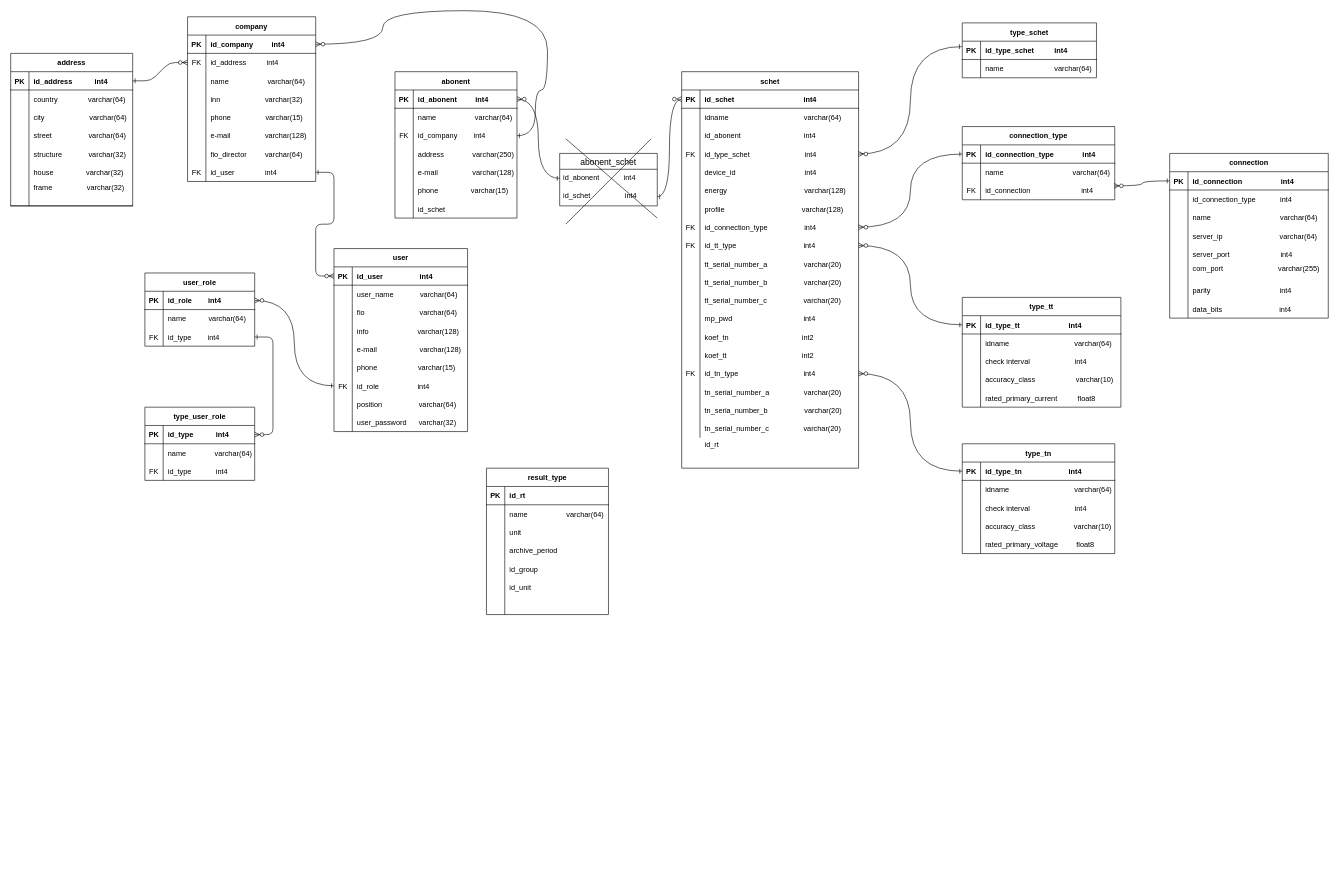
Earlier version of the draw.io diagram Диаграмма без названия.drawio (Leonid-Shashkin/Postgres). Source tidied: cells renumbered, new cells numbered last; positions are measured from the earlier drawing's top-left corner, leaving out a move shared by most shapes. Both pictures are drawn from the tidied source at 61%, with x=0, y=0 at pixel (10, 10).
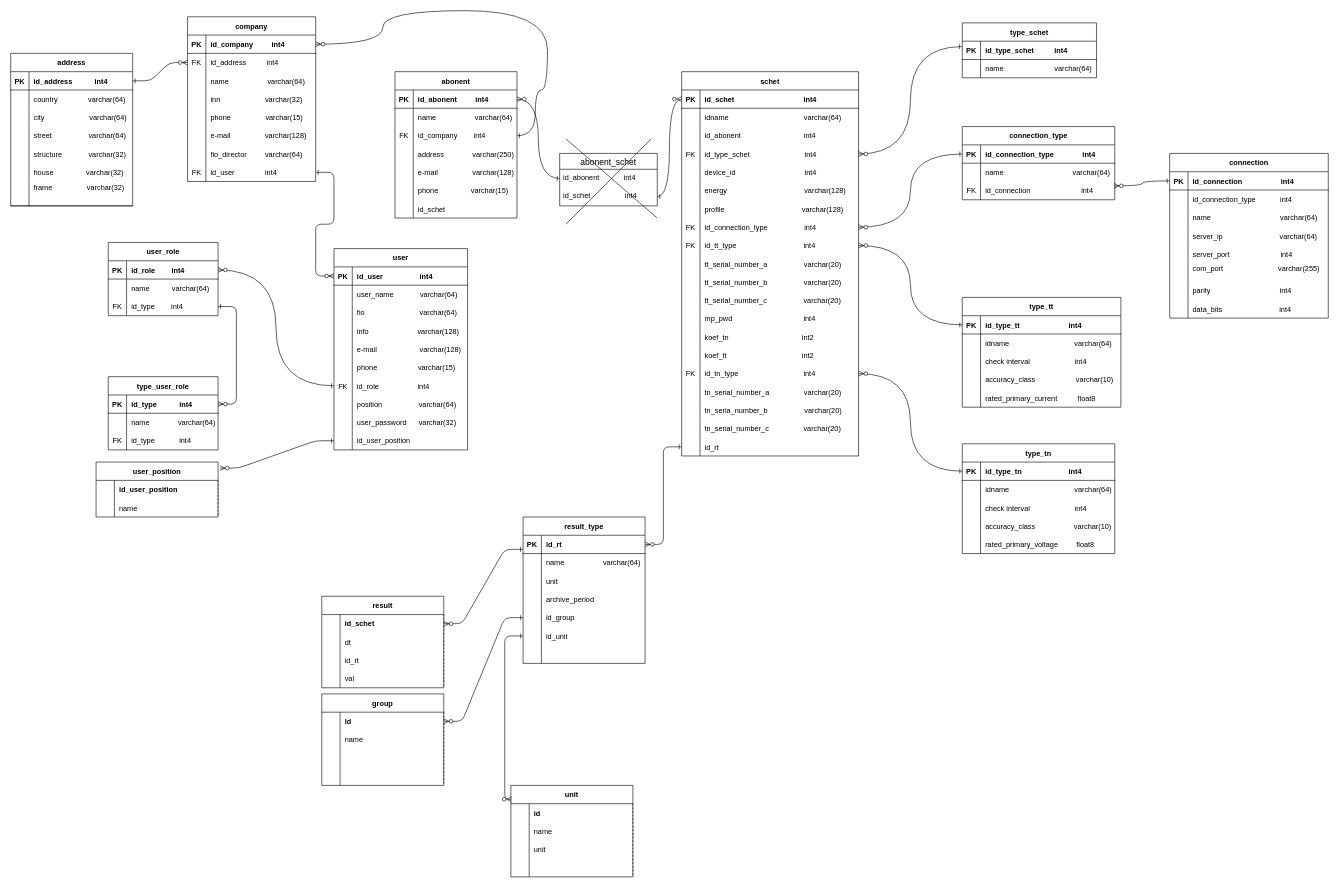
The same page after the edit.

Unchanged cells that the change refers to:
```xml
<mxCell id="272" style="shape=partialRectangle;fillColor=none;points=[[0,0.5],[1,0.5]];portConstraint=eastwest;top=0;left=0;right=0;bottom=1;" parent="271" vertex="1">
  <mxGeometry y="30" width="200" height="30" as="geometry" />
</mxCell>
<mxCell id="284" style="shape=partialRectangle;fillColor=none;points=[[0,0.5],[1,0.5]];portConstraint=eastwest;top=0;left=0;right=0;bottom=0;" parent="271" vertex="1">
  <mxGeometry y="150" width="200" height="30" as="geometry" />
</mxCell>
<mxCell id="287" style="shape=partialRectangle;fillColor=none;points=[[0,0.5],[1,0.5]];portConstraint=eastwest;top=0;left=0;right=0;bottom=0;" parent="271" vertex="1">
  <mxGeometry y="180" width="200" height="30" as="geometry" />
</mxCell>
```

What changed in the source:
```diff
@@
     <mxCell id="29" value="user" style="shape=table;startSize=30;childLayout=tableLayout;rowLines=0;fontStyle=1;align=center;" parent="1" vertex="1">
-      <mxGeometry x="530" y="390" width="219" height="300" as="geometry" />
+      <mxGeometry x="530" y="390" width="219" height="330" as="geometry" />
     </mxCell>
@@
+    <mxCell id="294" style="shape=partialRectangle;fillColor=none;points=[[0,0.5],[1,0.5]];portConstraint=eastwest;top=0;left=0;right=0;bottom=0;" parent="29" vertex="1">
+      <mxGeometry y="300" width="219" height="30" as="geometry" />
+    </mxCell>
+    <mxCell id="295" style="shape=partialRectangle;overflow=hidden;fillColor=none;top=0;left=0;bottom=0;right=0;" parent="294" vertex="1">
+      <mxGeometry width="30" height="30" as="geometry" />
+    </mxCell>
+    <mxCell id="296" value="id_user_position" style="shape=partialRectangle;overflow=hidden;fillColor=none;top=0;left=0;bottom=0;right=0;align=left;spacingLeft=6;" parent="294" vertex="1">
+      <mxGeometry x="30" width="189" height="30" as="geometry" />
+    </mxCell>
@@
     <mxCell id="104" value="schet" style="shape=table;startSize=30;childLayout=tableLayout;rowLines=0;fontStyle=1;align=center;" parent="1" vertex="1">
-      <mxGeometry x="1100" y="100" width="290" height="650" as="geometry" />
+      <mxGeometry x="1100" y="100" width="290" height="630" as="geometry" />
     </mxCell>
@@
+    <mxCell id="297" style="shape=partialRectangle;fillColor=none;points=[[0,0.5],[1,0.5]];portConstraint=eastwest;top=0;left=0;right=0;bottom=0;" parent="104" vertex="1">
+      <mxGeometry y="600" width="290" height="30" as="geometry" />
+    </mxCell>
+    <mxCell id="298" style="shape=partialRectangle;overflow=hidden;fillColor=none;top=0;left=0;bottom=0;right=0;" parent="297" vertex="1">
+      <mxGeometry width="30" height="30" as="geometry" />
+    </mxCell>
+    <mxCell id="299" value="id_rt" style="shape=partialRectangle;overflow=hidden;fillColor=none;top=0;left=0;bottom=0;right=0;align=left;spacingLeft=6;" parent="297" vertex="1">
+      <mxGeometry x="30" width="260" height="30" as="geometry" />
+    </mxCell>
@@
     <mxCell id="244" value="user_role" style="shape=table;startSize=30;childLayout=tableLayout;rowLines=0;fontStyle=1;align=center;" parent="1" vertex="1">
-      <mxGeometry x="220" y="430" width="180" height="120" as="geometry" />
+      <mxGeometry x="160" y="380" width="180" height="120" as="geometry" />
     </mxCell>
@@
     <mxCell id="254" value="type_user_role" style="shape=table;startSize=30;childLayout=tableLayout;rowLines=0;fontStyle=1;align=center;" parent="1" vertex="1">
-      <mxGeometry x="220" y="650" width="180" height="120" as="geometry" />
+      <mxGeometry x="160" y="600" width="180" height="120" as="geometry" />
     </mxCell>
@@
     <mxCell id="271" value="result_type" style="shape=table;startSize=30;childLayout=tableLayout;rowLines=0;fontStyle=1;align=center;" parent="1" vertex="1">
-      <mxGeometry x="780" y="750" width="200" height="240" as="geometry" />
+      <mxGeometry x="840" y="830" width="200" height="240" as="geometry" />
     </mxCell>
@@
-    <mxCell id="293" value="id_rt" style="shape=partialRectangle;overflow=hidden;fillColor=none;top=0;left=0;bottom=0;right=0;align=left;spacingLeft=6;" parent="1" vertex="1">
-      <mxGeometry x="1130" y="695" width="260" height="30" as="geometry" />
-    </mxCell>
+    <mxCell id="300" value="result" style="shape=table;startSize=30;childLayout=tableLayout;rowLines=0;fontStyle=1;align=center;strokeColor=default;columnLines=1;resizeLastRow=0;absoluteArcSize=0;swimlaneHead=1;swimlaneBody=1;horizontal=1;separatorColor=#000000;top=1;bottom=1;left=1;right=1;noLabel=0;fixDash=0;" parent="1" vertex="1">
+      <mxGeometry x="510" y="960" width="200" height="150" as="geometry" />
+    </mxCell>
+    <mxCell id="301" style="shape=partialRectangle;fillColor=none;points=[[0,0.5],[1,0.5]];portConstraint=eastwest;top=0;left=0;right=0;bottom=0;" parent="300" vertex="1">
+      <mxGeometry y="30" width="200" height="30" as="geometry" />
+    </mxCell>
+    <mxCell id="302" style="shape=partialRectangle;overflow=hidden;fillColor=none;top=0;left=0;bottom=0;right=0;fontStyle=1;" parent="301" vertex="1">
+      <mxGeometry width="30" height="30" as="geometry" />
+    </mxCell>
+    <mxCell id="303" value="id_schet" style="shape=partialRectangle;overflow=hidden;fillColor=none;top=0;left=0;bottom=0;right=0;align=left;spacingLeft=6;fontStyle=1;strokeColor=default;" parent="301" vertex="1">
+      <mxGeometry x="30" width="170" height="30" as="geometry" />
+    </mxCell>
+    <mxCell id="304" style="shape=partialRectangle;fillColor=none;top=0;left=0;right=0;bottom=0;" parent="300" vertex="1">
+      <mxGeometry y="60" width="200" height="30" as="geometry" />
+    </mxCell>
+    <mxCell id="305" style="shape=partialRectangle;overflow=hidden;fillColor=none;top=0;left=0;bottom=0;right=0;" parent="304" vertex="1">
+      <mxGeometry width="30" height="30" as="geometry" />
+    </mxCell>
+    <mxCell id="306" value="dt" style="shape=partialRectangle;overflow=hidden;fillColor=none;top=0;left=0;bottom=0;right=0;align=left;spacingLeft=6;" parent="304" vertex="1">
+      <mxGeometry x="30" width="170" height="30" as="geometry" />
+    </mxCell>
+    <mxCell id="307" style="shape=partialRectangle;fillColor=none;top=0;left=0;right=0;bottom=0;" parent="300" vertex="1">
+      <mxGeometry y="90" width="200" height="30" as="geometry" />
+    </mxCell>
+    <mxCell id="308" style="shape=partialRectangle;overflow=hidden;fillColor=none;top=0;left=0;bottom=0;right=0;" parent="307" vertex="1">
+      <mxGeometry width="30" height="30" as="geometry" />
+    </mxCell>
+    <mxCell id="309" value="id_rt" style="shape=partialRectangle;overflow=hidden;fillColor=none;top=0;left=0;bottom=0;right=0;align=left;spacingLeft=6;" parent="307" vertex="1">
+      <mxGeometry x="30" width="170" height="30" as="geometry" />
+    </mxCell>
+    <mxCell id="310" style="shape=partialRectangle;fillColor=none;top=0;left=0;right=0;bottom=0;" parent="300" vertex="1">
+      <mxGeometry y="120" width="200" height="30" as="geometry" />
+    </mxCell>
+    <mxCell id="311" style="shape=partialRectangle;overflow=hidden;fillColor=none;top=0;left=0;bottom=0;right=0;" parent="310" vertex="1">
+      <mxGeometry width="30" height="30" as="geometry" />
+    </mxCell>
+    <mxCell id="312" value="val" style="shape=partialRectangle;overflow=hidden;fillColor=none;top=0;left=0;bottom=0;right=0;align=left;spacingLeft=6;" parent="310" vertex="1">
+      <mxGeometry x="30" width="170" height="30" as="geometry" />
+    </mxCell>
+    <mxCell id="313" value="group" style="shape=table;startSize=30;childLayout=tableLayout;rowLines=0;fontStyle=1;align=center;strokeColor=default;columnLines=1;resizeLastRow=0;absoluteArcSize=0;swimlaneHead=1;swimlaneBody=1;horizontal=1;separatorColor=#000000;top=1;bottom=1;left=1;right=1;noLabel=0;fixDash=0;" parent="1" vertex="1">
+      <mxGeometry x="510" y="1120" width="200" height="150" as="geometry" />
+    </mxCell>
+    <mxCell id="314" style="shape=partialRectangle;fillColor=none;points=[[0,0.5],[1,0.5]];portConstraint=eastwest;top=0;left=0;right=0;bottom=0;" parent="313" vertex="1">
+      <mxGeometry y="30" width="200" height="30" as="geometry" />
+    </mxCell>
+    <mxCell id="315" style="shape=partialRectangle;overflow=hidden;fillColor=none;top=0;left=0;bottom=0;right=0;fontStyle=1;" parent="314" vertex="1">
+      <mxGeometry width="30" height="30" as="geometry" />
+    </mxCell>
+    <mxCell id="316" value="id" style="shape=partialRectangle;overflow=hidden;fillColor=none;top=0;left=0;bottom=0;right=0;align=left;spacingLeft=6;fontStyle=1;strokeColor=default;" parent="314" vertex="1">
+      <mxGeometry x="30" width="170" height="30" as="geometry" />
+    </mxCell>
+    <mxCell id="317" style="shape=partialRectangle;fillColor=none;top=0;left=0;right=0;bottom=0;" parent="313" vertex="1">
+      <mxGeometry y="60" width="200" height="30" as="geometry" />
+    </mxCell>
+    <mxCell id="318" style="shape=partialRectangle;overflow=hidden;fillColor=none;top=0;left=0;bottom=0;right=0;" parent="317" vertex="1">
+      <mxGeometry width="30" height="30" as="geometry" />
+    </mxCell>
+    <mxCell id="319" value="name" style="shape=partialRectangle;overflow=hidden;fillColor=none;top=0;left=0;bottom=0;right=0;align=left;spacingLeft=6;" parent="317" vertex="1">
+      <mxGeometry x="30" width="170" height="30" as="geometry" />
+    </mxCell>
+    <mxCell id="320" style="shape=partialRectangle;fillColor=none;top=0;left=0;right=0;bottom=0;" parent="313" vertex="1">
+      <mxGeometry y="90" width="200" height="30" as="geometry" />
+    </mxCell>
+    <mxCell id="321" style="shape=partialRectangle;overflow=hidden;fillColor=none;top=0;left=0;bottom=0;right=0;" parent="320" vertex="1">
+      <mxGeometry width="30" height="30" as="geometry" />
+    </mxCell>
+    <mxCell id="322" style="shape=partialRectangle;overflow=hidden;fillColor=none;top=0;left=0;bottom=0;right=0;align=left;spacingLeft=6;" parent="320" vertex="1">
+      <mxGeometry x="30" width="170" height="30" as="geometry" />
+    </mxCell>
+    <mxCell id="323" style="shape=partialRectangle;fillColor=none;top=0;left=0;right=0;bottom=0;" parent="313" vertex="1">
+      <mxGeometry y="120" width="200" height="30" as="geometry" />
+    </mxCell>
+    <mxCell id="324" style="shape=partialRectangle;overflow=hidden;fillColor=none;top=0;left=0;bottom=0;right=0;" parent="323" vertex="1">
+      <mxGeometry width="30" height="30" as="geometry" />
+    </mxCell>
+    <mxCell id="325" style="shape=partialRectangle;overflow=hidden;fillColor=none;top=0;left=0;bottom=0;right=0;align=left;spacingLeft=6;" parent="323" vertex="1">
+      <mxGeometry x="30" width="170" height="30" as="geometry" />
+    </mxCell>
+    <mxCell id="326" value="unit" style="shape=table;startSize=30;childLayout=tableLayout;rowLines=0;fontStyle=1;align=center;strokeColor=default;columnLines=1;resizeLastRow=0;absoluteArcSize=0;swimlaneHead=1;swimlaneBody=1;horizontal=1;separatorColor=#000000;top=1;bottom=1;left=1;right=1;noLabel=0;portConstraintRotation=0;snapToPoint=0;fixDash=0;" parent="1" vertex="1">
+      <mxGeometry x="820" y="1270" width="200" height="150" as="geometry" />
+    </mxCell>
+    <mxCell id="327" style="shape=partialRectangle;fillColor=none;top=0;left=0;right=0;bottom=0;" parent="326" vertex="1">
+      <mxGeometry y="30" width="200" height="30" as="geometry" />
+    </mxCell>
+    <mxCell id="328" style="shape=partialRectangle;overflow=hidden;fillColor=none;top=0;left=0;bottom=0;right=0;fontStyle=1;" parent="327" vertex="1">
+      <mxGeometry width="30" height="30" as="geometry" />
+    </mxCell>
+    <mxCell id="329" value="id" style="shape=partialRectangle;overflow=hidden;fillColor=none;top=0;left=0;bottom=0;right=0;align=left;spacingLeft=6;fontStyle=1;strokeColor=default;" parent="327" vertex="1">
+      <mxGeometry x="30" width="170" height="30" as="geometry" />
+    </mxCell>
+    <mxCell id="330" style="shape=partialRectangle;fillColor=none;top=0;left=0;right=0;bottom=0;" parent="326" vertex="1">
+      <mxGeometry y="60" width="200" height="30" as="geometry" />
+    </mxCell>
+    <mxCell id="331" style="shape=partialRectangle;overflow=hidden;fillColor=none;top=0;left=0;bottom=0;right=0;" parent="330" vertex="1">
+      <mxGeometry width="30" height="30" as="geometry" />
+    </mxCell>
+    <mxCell id="332" value="name" style="shape=partialRectangle;overflow=hidden;fillColor=none;top=0;left=0;bottom=0;right=0;align=left;spacingLeft=6;" parent="330" vertex="1">
+      <mxGeometry x="30" width="170" height="30" as="geometry" />
+    </mxCell>
+    <mxCell id="333" style="shape=partialRectangle;fillColor=none;top=0;left=0;right=0;bottom=0;" parent="326" vertex="1">
+      <mxGeometry y="90" width="200" height="30" as="geometry" />
+    </mxCell>
+    <mxCell id="334" style="shape=partialRectangle;overflow=hidden;fillColor=none;top=0;left=0;bottom=0;right=0;" parent="333" vertex="1">
+      <mxGeometry width="30" height="30" as="geometry" />
+    </mxCell>
+    <mxCell id="335" value="unit" style="shape=partialRectangle;overflow=hidden;fillColor=none;top=0;left=0;bottom=0;right=0;align=left;spacingLeft=6;" parent="333" vertex="1">
+      <mxGeometry x="30" width="170" height="30" as="geometry" />
+    </mxCell>
+    <mxCell id="336" style="shape=partialRectangle;fillColor=none;top=0;left=0;right=0;bottom=0;" parent="326" vertex="1">
+      <mxGeometry y="120" width="200" height="30" as="geometry" />
+    </mxCell>
+    <mxCell id="337" style="shape=partialRectangle;overflow=hidden;fillColor=none;top=0;left=0;bottom=0;right=0;" parent="336" vertex="1">
+      <mxGeometry width="30" height="30" as="geometry" />
+    </mxCell>
+    <mxCell id="338" style="shape=partialRectangle;overflow=hidden;fillColor=none;top=0;left=0;bottom=0;right=0;align=left;spacingLeft=6;" parent="336" vertex="1">
+      <mxGeometry x="30" width="170" height="30" as="geometry" />
+    </mxCell>
+    <mxCell id="339" style="edgeStyle=entityRelationEdgeStyle;endArrow=ERzeroToMany;startArrow=ERone;endFill=1;startFill=0;entryX=1;entryY=0.5;entryDx=0;entryDy=0;exitX=0;exitY=0.5;exitDx=0;exitDy=0;" parent="1" edge="1" source="297" target="272">
+      <mxGeometry relative="1" as="geometry" />
+    </mxCell>
+    <mxCell id="340" style="edgeStyle=entityRelationEdgeStyle;endArrow=ERzeroToMany;startArrow=ERone;endFill=1;startFill=0;exitX=0;exitY=0.5;exitDx=0;exitDy=0;" parent="1" edge="1" source="284" target="314">
+      <mxGeometry relative="1" as="geometry" />
+    </mxCell>
+    <mxCell id="341" style="endArrow=ERzeroToMany;startArrow=ERone;endFill=1;startFill=0;exitX=0;exitY=0.5;exitDx=0;exitDy=0;entryX=0.005;entryY=0.152;entryDx=0;entryDy=0;entryPerimeter=0;edgeStyle=orthogonalEdgeStyle;" parent="1" edge="1" source="287" target="326">
+      <mxGeometry relative="1" as="geometry" />
+    </mxCell>
+    <mxCell id="342" style="edgeStyle=entityRelationEdgeStyle;endArrow=ERzeroToMany;startArrow=ERone;endFill=1;startFill=0;exitX=-0.001;exitY=0.771;exitDx=0;exitDy=0;exitPerimeter=0;entryX=1;entryY=0.5;entryDx=0;entryDy=0;" parent="1" edge="1" source="272" target="301">
+      <mxGeometry relative="1" as="geometry" />
+    </mxCell>
+    <mxCell id="343" value="user_position" style="shape=table;startSize=30;childLayout=tableLayout;rowLines=0;fontStyle=1;align=center;strokeColor=default;columnLines=1;resizeLastRow=0;absoluteArcSize=0;swimlaneHead=1;swimlaneBody=1;horizontal=1;separatorColor=#000000;top=1;bottom=1;left=1;right=1;noLabel=0;portConstraintRotation=0;snapToPoint=0;fixDash=0;" parent="1" vertex="1">
+      <mxGeometry x="140" y="740" width="200" height="90" as="geometry" />
+    </mxCell>
+    <mxCell id="344" style="shape=partialRectangle;fillColor=none;top=0;left=0;right=0;bottom=0;" parent="343" vertex="1">
+      <mxGeometry y="30" width="200" height="30" as="geometry" />
+    </mxCell>
+    <mxCell id="345" style="shape=partialRectangle;overflow=hidden;fillColor=none;top=0;left=0;bottom=0;right=0;fontStyle=1;" parent="344" vertex="1">
+      <mxGeometry width="30" height="30" as="geometry" />
+    </mxCell>
+    <mxCell id="346" value="id_user_position" style="shape=partialRectangle;overflow=hidden;fillColor=none;top=0;left=0;bottom=0;right=0;align=left;spacingLeft=6;fontStyle=1;strokeColor=default;" parent="344" vertex="1">
+      <mxGeometry x="30" width="170" height="30" as="geometry" />
+    </mxCell>
+    <mxCell id="347" style="shape=partialRectangle;fillColor=none;top=0;left=0;right=0;bottom=0;" parent="343" vertex="1">
+      <mxGeometry y="60" width="200" height="30" as="geometry" />
+    </mxCell>
+    <mxCell id="348" style="shape=partialRectangle;overflow=hidden;fillColor=none;top=0;left=0;bottom=0;right=0;" parent="347" vertex="1">
+      <mxGeometry width="30" height="30" as="geometry" />
+    </mxCell>
+    <mxCell id="349" value="name" style="shape=partialRectangle;overflow=hidden;fillColor=none;top=0;left=0;bottom=0;right=0;align=left;spacingLeft=6;" parent="347" vertex="1">
+      <mxGeometry x="30" width="170" height="30" as="geometry" />
+    </mxCell>
+    <mxCell id="350" style="edgeStyle=entityRelationEdgeStyle;endArrow=ERzeroToMany;startArrow=ERone;endFill=1;startFill=0;exitX=0;exitY=0.5;exitDx=0;exitDy=0;entryX=1.016;entryY=0.11;entryDx=0;entryDy=0;entryPerimeter=0;" parent="1" edge="1" source="294" target="343">
+      <mxGeometry relative="1" as="geometry" />
+    </mxCell>
```
